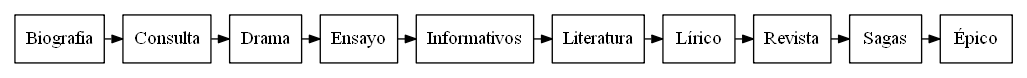
Earlier version of the Graphviz export Graphics/InOrder.png (Guillermo-O-C/EDD_1S20200_PY2_201801366). Its source is kept beside it as TextFiles/InOrder.dot.
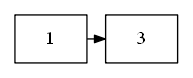
After the commit.

Change to the diagram source:
```diff
@@ -4,5 +4,5 @@
  margin=0.1;
    node [shape=box];
   edge [arrowsize=0.8]
-"Biografia"->"Consulta"->"Drama"->"Ensayo"->"Informativos"->"Literatura"->"Lírico"->"Revista"->"Sagas"->"Épico";
+"1"->"3";
 }
```
